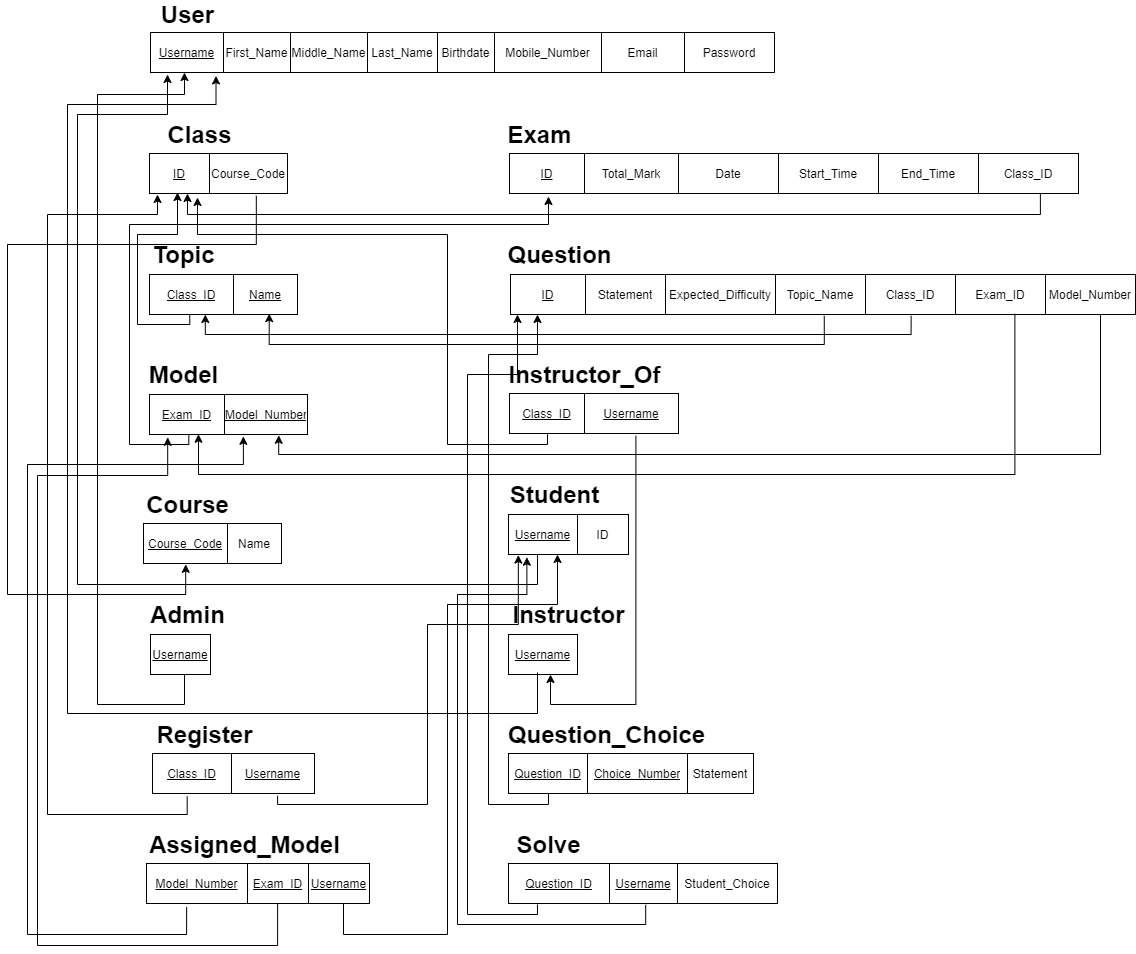
Above: Database Design/schema.png in aymanred121/Examination-Management-System (draw.io), before the change. Source tidied: cells renumbered, new cells last; positions are measured from the earlier drawing's top-left corner, leaving out a move shared by most shapes.
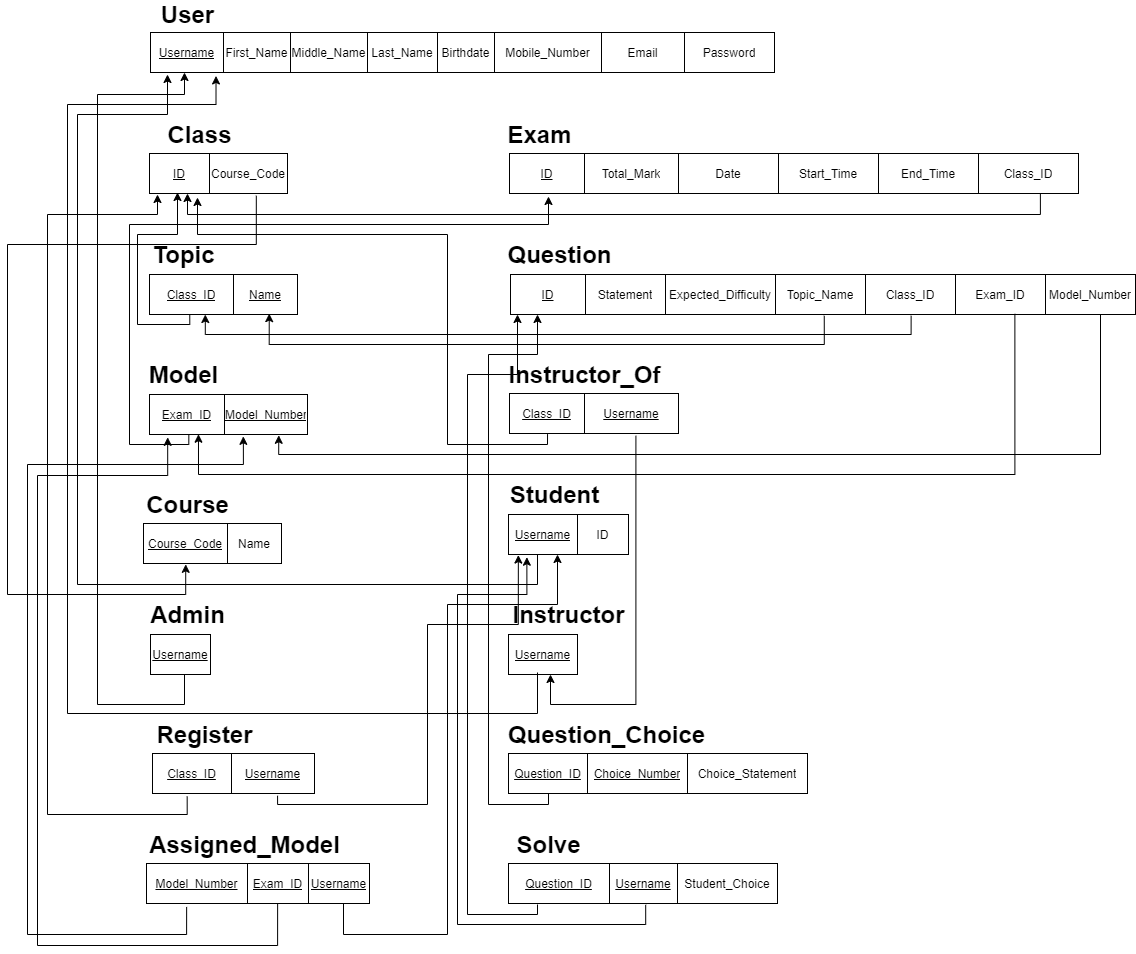
The same diagram one commit later.

Change to the diagram source:
```diff
@@ -192,10 +192,10 @@
       <mxGeometry x="496" y="600" width="130" height="20" as="geometry" />
     </mxCell>
     <mxCell id="65" style="shape=table;html=1;whiteSpace=wrap;startSize=0;" parent="1" vertex="1">
-      <mxGeometry x="501" y="749" width="245" height="40" as="geometry" />
+      <mxGeometry x="501" y="749" width="299" height="40" as="geometry" />
     </mxCell>
     <mxCell id="66" style="shape=partialRectangle;html=1;whiteSpace=wrap;fillColor=none;top=0;left=0;bottom=0;right=0;points=[[0,0.5],[1,0.5]];portConstraint=eastwest;" parent="65" vertex="1">
-      <mxGeometry width="245" height="40" as="geometry" />
+      <mxGeometry width="299" height="40" as="geometry" />
     </mxCell>
     <mxCell id="67" value="&lt;u&gt;Question_ID&lt;/u&gt;" style="shape=partialRectangle;html=1;whiteSpace=wrap;overflow=hidden;fillColor=none;top=0;left=0;bottom=0;right=0;" parent="66" vertex="1">
       <mxGeometry width="79" height="40" as="geometry" />
@@ -203,8 +203,8 @@
     <mxCell id="68" value="&lt;u&gt;Choice_Number&lt;/u&gt;" style="shape=partialRectangle;html=1;whiteSpace=wrap;overflow=hidden;fillColor=none;top=0;left=0;bottom=0;right=0;" parent="66" vertex="1">
       <mxGeometry x="79" width="100" height="40" as="geometry" />
     </mxCell>
-    <mxCell id="69" value="Statement" style="shape=partialRectangle;html=1;whiteSpace=wrap;overflow=hidden;fillColor=none;top=0;left=0;bottom=0;right=0;" parent="66" vertex="1">
-      <mxGeometry x="179" width="66" height="40" as="geometry" />
+    <mxCell id="69" value="Choice_Statement" style="shape=partialRectangle;html=1;whiteSpace=wrap;overflow=hidden;fillColor=none;top=0;left=0;bottom=0;right=0;" parent="66" vertex="1">
+      <mxGeometry x="179" width="120" height="40" as="geometry" />
     </mxCell>
     <mxCell id="70" value="&lt;font size=&quot;1&quot;&gt;&lt;b style=&quot;font-size: 24px&quot;&gt;Question_Choice&lt;/b&gt;&lt;/font&gt;" style="text;html=1;align=center;verticalAlign=middle;" parent="1" vertex="1">
       <mxGeometry x="494" y="720" width="210" height="20" as="geometry" />
```
